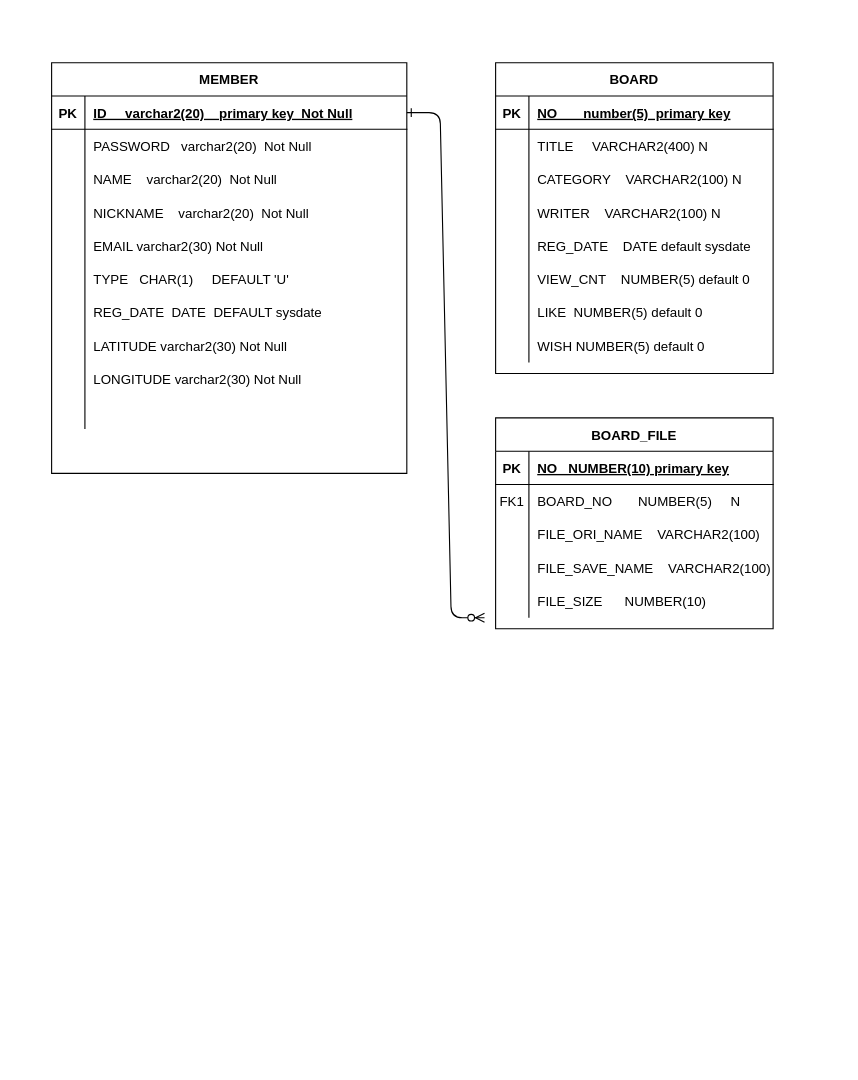
Above: Untitled Diagram.drawio in jypark4205/Guham (draw.io), before the change. Source tidied: cells renumbered, new cells numbered last; positions are measured from the earlier drawing's top-left corner, leaving out a move shared by most shapes. Both pictures are drawn from the tidied source at 111%, with x=0, y=0 at pixel (51, 62).
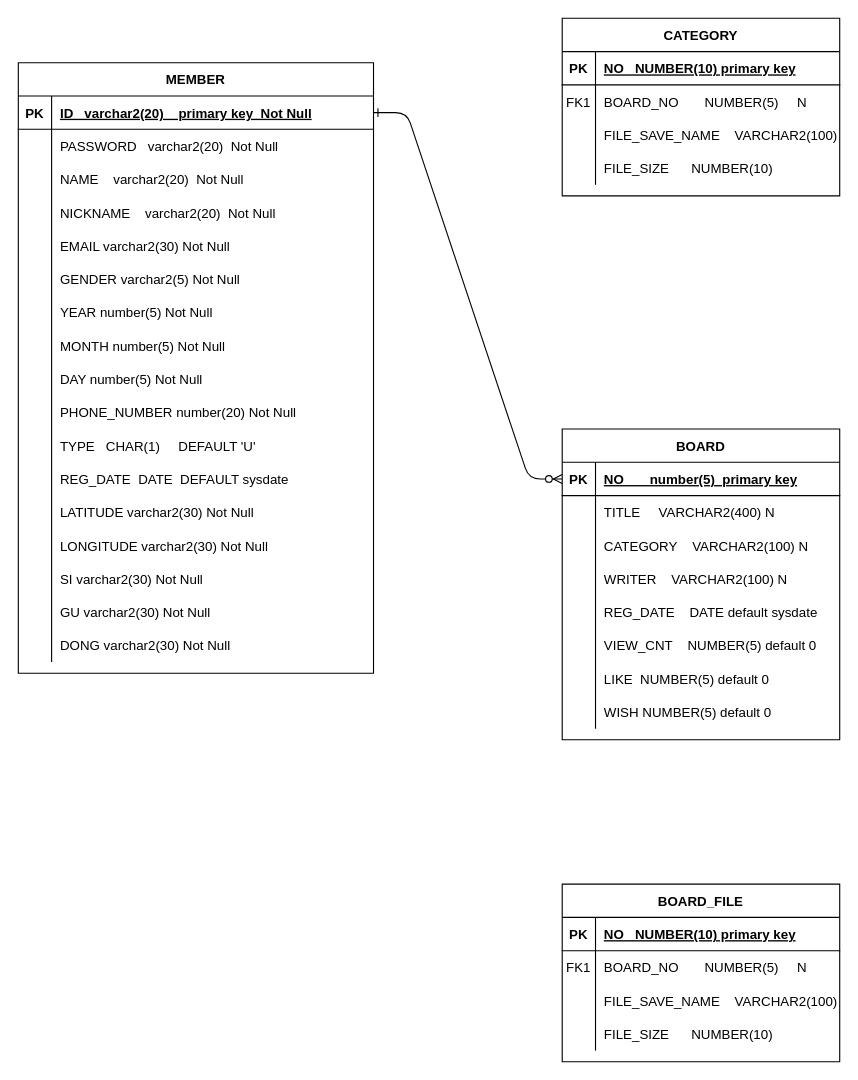
Above is the later version.

The change refers to these unchanged cells:
```xml
<mxCell id="4" style="shape=partialRectangle;fillColor=none;points=[[0,0.5],[1,0.5]];portConstraint=eastwest;top=0;left=0;right=0;bottom=1;" parent="3" vertex="1">
  <mxGeometry y="30" width="250" height="30" as="geometry" />
</mxCell>
<mxCell id="29" style="shape=partialRectangle;fillColor=none;points=[[0,0.5],[1,0.5]];portConstraint=eastwest;top=0;left=0;right=0;bottom=1;" parent="28" vertex="1">
  <mxGeometry y="30" width="320" height="30" as="geometry" />
</mxCell>
```

What changed in the source:
```diff
@@
-    <mxCell id="2" style="edgeStyle=entityRelationEdgeStyle;endArrow=ERzeroToMany;startArrow=ERone;endFill=1;startFill=0;" parent="1" edge="1" source="29">
-      <mxGeometry relative="1" as="geometry">
-        <mxPoint x="390" y="500" as="targetPoint" />
-      </mxGeometry>
+    <mxCell id="2" style="edgeStyle=entityRelationEdgeStyle;endArrow=ERzeroToMany;startArrow=ERone;endFill=1;startFill=0;entryX=0;entryY=0.5;entryDx=0;entryDy=0;" parent="1" edge="1" source="29" target="4">
+      <mxGeometry relative="1" as="geometry" />
     </mxCell>
     <mxCell id="3" value="BOARD" style="shape=table;startSize=30;childLayout=tableLayout;rowLines=0;fontStyle=1;align=center;" parent="1" vertex="1">
-      <mxGeometry x="400" width="250" height="280" as="geometry" />
+      <mxGeometry x="460" y="330" width="250" height="280" as="geometry" />
     </mxCell>
@@
     <mxCell id="28" value="MEMBER" style="shape=table;startSize=30;childLayout=tableLayout;rowLines=0;fontStyle=1;align=center;" parent="1" vertex="1">
-      <mxGeometry width="320" height="370" as="geometry" />
+      <mxGeometry x="-30" width="320" height="550" as="geometry" />
     </mxCell>
@@
-    <mxCell id="31" value="ID     varchar2(20)    primary key  Not Null" style="shape=partialRectangle;overflow=hidden;fillColor=none;top=0;left=0;bottom=0;right=0;align=left;spacingLeft=6;fontStyle=5;" parent="29" vertex="1">
+    <mxCell id="31" value="ID   varchar2(20)    primary key  Not Null" style="shape=partialRectangle;overflow=hidden;fillColor=none;top=0;left=0;bottom=0;right=0;align=left;spacingLeft=6;fontStyle=5;" parent="29" vertex="1">
       <mxGeometry x="30" width="290" height="30" as="geometry" />
     </mxCell>
@@
+    <mxCell id="75" style="shape=partialRectangle;fillColor=none;top=0;left=0;right=0;bottom=0;" parent="28" vertex="1">
+      <mxGeometry y="180" width="320" height="30" as="geometry" />
+    </mxCell>
+    <mxCell id="76" style="shape=partialRectangle;overflow=hidden;fillColor=none;top=0;left=0;bottom=0;right=0;" parent="75" vertex="1">
+      <mxGeometry width="30" height="30" as="geometry" />
+    </mxCell>
+    <mxCell id="77" value="GENDER varchar2(5) Not Null" style="shape=partialRectangle;overflow=hidden;fillColor=none;top=0;left=0;bottom=0;right=0;align=left;spacingLeft=6;" parent="75" vertex="1">
+      <mxGeometry x="30" width="290" height="30" as="geometry" />
+    </mxCell>
+    <mxCell id="78" style="shape=partialRectangle;fillColor=none;top=0;left=0;right=0;bottom=0;" parent="28" vertex="1">
+      <mxGeometry y="210" width="320" height="30" as="geometry" />
+    </mxCell>
+    <mxCell id="79" style="shape=partialRectangle;overflow=hidden;fillColor=none;top=0;left=0;bottom=0;right=0;" parent="78" vertex="1">
+      <mxGeometry width="30" height="30" as="geometry" />
+    </mxCell>
+    <mxCell id="80" value="YEAR number(5) Not Null" style="shape=partialRectangle;overflow=hidden;fillColor=none;top=0;left=0;bottom=0;right=0;align=left;spacingLeft=6;" parent="78" vertex="1">
+      <mxGeometry x="30" width="290" height="30" as="geometry" />
+    </mxCell>
+    <mxCell id="81" style="shape=partialRectangle;fillColor=none;top=0;left=0;right=0;bottom=0;" parent="28" vertex="1">
+      <mxGeometry y="240" width="320" height="30" as="geometry" />
+    </mxCell>
+    <mxCell id="82" style="shape=partialRectangle;overflow=hidden;fillColor=none;top=0;left=0;bottom=0;right=0;" parent="81" vertex="1">
+      <mxGeometry width="30" height="30" as="geometry" />
+    </mxCell>
+    <mxCell id="83" value="MONTH number(5) Not Null" style="shape=partialRectangle;overflow=hidden;fillColor=none;top=0;left=0;bottom=0;right=0;align=left;spacingLeft=6;" parent="81" vertex="1">
+      <mxGeometry x="30" width="290" height="30" as="geometry" />
+    </mxCell>
+    <mxCell id="84" style="shape=partialRectangle;fillColor=none;top=0;left=0;right=0;bottom=0;" parent="28" vertex="1">
+      <mxGeometry y="270" width="320" height="30" as="geometry" />
+    </mxCell>
+    <mxCell id="85" style="shape=partialRectangle;overflow=hidden;fillColor=none;top=0;left=0;bottom=0;right=0;" parent="84" vertex="1">
+      <mxGeometry width="30" height="30" as="geometry" />
+    </mxCell>
+    <mxCell id="86" value="DAY number(5) Not Null" style="shape=partialRectangle;overflow=hidden;fillColor=none;top=0;left=0;bottom=0;right=0;align=left;spacingLeft=6;" parent="84" vertex="1">
+      <mxGeometry x="30" width="290" height="30" as="geometry" />
+    </mxCell>
+    <mxCell id="56" style="shape=partialRectangle;fillColor=none;top=0;left=0;right=0;bottom=0;" parent="28" vertex="1">
+      <mxGeometry y="300" width="320" height="30" as="geometry" />
+    </mxCell>
+    <mxCell id="87" style="shape=partialRectangle;overflow=hidden;fillColor=none;top=0;left=0;bottom=0;right=0;" parent="56" vertex="1">
+      <mxGeometry width="30" height="30" as="geometry" />
+    </mxCell>
+    <mxCell id="88" value="PHONE_NUMBER number(20) Not Null" style="shape=partialRectangle;overflow=hidden;fillColor=none;top=0;left=0;bottom=0;right=0;align=left;spacingLeft=6;" parent="56" vertex="1">
+      <mxGeometry x="30" width="290" height="30" as="geometry" />
+    </mxCell>
     <mxCell id="44" style="shape=partialRectangle;fillColor=none;top=0;left=0;right=0;bottom=0;" parent="28" vertex="1">
-      <mxGeometry y="180" width="320" height="30" as="geometry" />
+      <mxGeometry y="330" width="320" height="30" as="geometry" />
     </mxCell>
@@
     <mxCell id="47" style="shape=partialRectangle;fillColor=none;top=0;left=0;right=0;bottom=0;" parent="28" vertex="1">
-      <mxGeometry y="210" width="320" height="30" as="geometry" />
+      <mxGeometry y="360" width="320" height="30" as="geometry" />
     </mxCell>
@@
     <mxCell id="50" style="shape=partialRectangle;fillColor=none;top=0;left=0;right=0;bottom=0;" parent="28" vertex="1">
-      <mxGeometry y="240" width="320" height="30" as="geometry" />
+      <mxGeometry y="390" width="320" height="30" as="geometry" />
     </mxCell>
@@
     <mxCell id="53" style="shape=partialRectangle;fillColor=none;top=0;left=0;right=0;bottom=0;" parent="28" vertex="1">
-      <mxGeometry y="270" width="320" height="30" as="geometry" />
+      <mxGeometry y="420" width="320" height="30" as="geometry" />
     </mxCell>
@@
-    <mxCell id="56" style="shape=partialRectangle;fillColor=none;top=0;left=0;right=0;bottom=0;" parent="28" vertex="1">
-      <mxGeometry y="300" width="320" height="30" as="geometry" />
-    </mxCell>
-    <mxCell id="57" style="shape=partialRectangle;overflow=hidden;fillColor=none;top=0;left=0;bottom=0;right=0;" parent="56" vertex="1">
-      <mxGeometry width="30" height="30" as="geometry" />
-    </mxCell>
-    <mxCell id="58" style="shape=partialRectangle;overflow=hidden;fillColor=none;top=0;left=0;bottom=0;right=0;align=left;spacingLeft=6;" parent="56" vertex="1">
-      <mxGeometry x="30" width="290" height="30" as="geometry" />
-    </mxCell>
+    <mxCell id="89" style="shape=partialRectangle;fillColor=none;top=0;left=0;right=0;bottom=0;" parent="28" vertex="1">
+      <mxGeometry y="450" width="320" height="30" as="geometry" />
+    </mxCell>
+    <mxCell id="90" style="shape=partialRectangle;overflow=hidden;fillColor=none;top=0;left=0;bottom=0;right=0;" parent="89" vertex="1">
+      <mxGeometry width="30" height="30" as="geometry" />
+    </mxCell>
+    <mxCell id="91" value="SI varchar2(30) Not Null" style="shape=partialRectangle;overflow=hidden;fillColor=none;top=0;left=0;bottom=0;right=0;align=left;spacingLeft=6;" parent="89" vertex="1">
+      <mxGeometry x="30" width="290" height="30" as="geometry" />
+    </mxCell>
+    <mxCell id="92" style="shape=partialRectangle;fillColor=none;top=0;left=0;right=0;bottom=0;" parent="28" vertex="1">
+      <mxGeometry y="480" width="320" height="30" as="geometry" />
+    </mxCell>
+    <mxCell id="93" style="shape=partialRectangle;overflow=hidden;fillColor=none;top=0;left=0;bottom=0;right=0;" parent="92" vertex="1">
+      <mxGeometry width="30" height="30" as="geometry" />
+    </mxCell>
+    <mxCell id="94" value="GU varchar2(30) Not Null" style="shape=partialRectangle;overflow=hidden;fillColor=none;top=0;left=0;bottom=0;right=0;align=left;spacingLeft=6;" parent="92" vertex="1">
+      <mxGeometry x="30" width="290" height="30" as="geometry" />
+    </mxCell>
+    <mxCell id="95" style="shape=partialRectangle;fillColor=none;top=0;left=0;right=0;bottom=0;" parent="28" vertex="1">
+      <mxGeometry y="510" width="320" height="30" as="geometry" />
+    </mxCell>
+    <mxCell id="96" style="shape=partialRectangle;overflow=hidden;fillColor=none;top=0;left=0;bottom=0;right=0;" parent="95" vertex="1">
+      <mxGeometry width="30" height="30" as="geometry" />
+    </mxCell>
+    <mxCell id="97" value="DONG varchar2(30) Not Null" style="shape=partialRectangle;overflow=hidden;fillColor=none;top=0;left=0;bottom=0;right=0;align=left;spacingLeft=6;" parent="95" vertex="1">
+      <mxGeometry x="30" width="290" height="30" as="geometry" />
+    </mxCell>
     <mxCell id="59" value="BOARD_FILE" style="shape=table;startSize=30;childLayout=tableLayout;rowLines=0;fontStyle=1;align=center;" parent="1" vertex="1">
-      <mxGeometry x="400" y="320" width="250" height="190" as="geometry" />
+      <mxGeometry x="460" y="740" width="250" height="160" as="geometry" />
     </mxCell>
@@
-    <mxCell id="66" style="shape=partialRectangle;fillColor=none;top=0;left=0;right=0;bottom=0;" parent="59" vertex="1">
-      <mxGeometry y="90" width="250" height="30" as="geometry" />
-    </mxCell>
-    <mxCell id="67" style="shape=partialRectangle;overflow=hidden;fillColor=none;top=0;left=0;bottom=0;right=0;" parent="66" vertex="1">
-      <mxGeometry width="30" height="30" as="geometry" />
-    </mxCell>
-    <mxCell id="68" value="FILE_ORI_NAME    VARCHAR2(100)" style="shape=partialRectangle;overflow=hidden;fillColor=none;top=0;left=0;bottom=0;right=0;align=left;spacingLeft=6;" parent="66" vertex="1">
-      <mxGeometry x="30" width="220" height="30" as="geometry" />
-    </mxCell>
     <mxCell id="69" style="shape=partialRectangle;fillColor=none;top=0;left=0;right=0;bottom=0;" parent="59" vertex="1">
-      <mxGeometry y="120" width="250" height="30" as="geometry" />
+      <mxGeometry y="90" width="250" height="30" as="geometry" />
     </mxCell>
@@
     <mxCell id="72" style="shape=partialRectangle;fillColor=none;top=0;left=0;right=0;bottom=0;" parent="59" vertex="1">
-      <mxGeometry y="150" width="250" height="30" as="geometry" />
+      <mxGeometry y="120" width="250" height="30" as="geometry" />
     </mxCell>
@@
+    <mxCell id="98" value="CATEGORY" style="shape=table;startSize=30;childLayout=tableLayout;rowLines=0;fontStyle=1;align=center;" parent="1" vertex="1">
+      <mxGeometry x="460" y="-40" width="250" height="160" as="geometry" />
+    </mxCell>
+    <mxCell id="99" style="shape=partialRectangle;fillColor=none;top=0;left=0;right=0;bottom=1;" parent="98" vertex="1">
+      <mxGeometry y="30" width="250" height="30" as="geometry" />
+    </mxCell>
+    <mxCell id="100" value="PK" style="shape=partialRectangle;overflow=hidden;fillColor=none;top=0;left=0;bottom=0;right=0;fontStyle=1;" parent="99" vertex="1">
+      <mxGeometry width="30" height="30" as="geometry" />
+    </mxCell>
+    <mxCell id="101" value="NO   NUMBER(10) primary key " style="shape=partialRectangle;overflow=hidden;fillColor=none;top=0;left=0;bottom=0;right=0;align=left;spacingLeft=6;fontStyle=5;" parent="99" vertex="1">
+      <mxGeometry x="30" width="220" height="30" as="geometry" />
+    </mxCell>
+    <mxCell id="102" style="shape=partialRectangle;fillColor=none;top=0;left=0;right=0;bottom=0;" parent="98" vertex="1">
+      <mxGeometry y="60" width="250" height="30" as="geometry" />
+    </mxCell>
+    <mxCell id="103" value="FK1" style="shape=partialRectangle;overflow=hidden;fillColor=none;top=0;left=0;bottom=0;right=0;" parent="102" vertex="1">
+      <mxGeometry width="30" height="30" as="geometry" />
+    </mxCell>
+    <mxCell id="104" value="BOARD_NO       NUMBER(5)     N" style="shape=partialRectangle;overflow=hidden;fillColor=none;top=0;left=0;bottom=0;right=0;align=left;spacingLeft=6;" parent="102" vertex="1">
+      <mxGeometry x="30" width="220" height="30" as="geometry" />
+    </mxCell>
+    <mxCell id="66" style="shape=partialRectangle;fillColor=none;top=0;left=0;right=0;bottom=0;" parent="98" vertex="1">
+      <mxGeometry y="90" width="250" height="30" as="geometry" />
+    </mxCell>
+    <mxCell id="105" style="shape=partialRectangle;overflow=hidden;fillColor=none;top=0;left=0;bottom=0;right=0;" parent="66" vertex="1">
+      <mxGeometry width="30" height="30" as="geometry" />
+    </mxCell>
+    <mxCell id="106" value="FILE_SAVE_NAME    VARCHAR2(100)" style="shape=partialRectangle;overflow=hidden;fillColor=none;top=0;left=0;bottom=0;right=0;align=left;spacingLeft=6;" parent="66" vertex="1">
+      <mxGeometry x="30" width="220" height="30" as="geometry" />
+    </mxCell>
+    <mxCell id="107" style="shape=partialRectangle;fillColor=none;top=0;left=0;right=0;bottom=0;" parent="98" vertex="1">
+      <mxGeometry y="120" width="250" height="30" as="geometry" />
+    </mxCell>
+    <mxCell id="108" style="shape=partialRectangle;overflow=hidden;fillColor=none;top=0;left=0;bottom=0;right=0;" parent="107" vertex="1">
+      <mxGeometry width="30" height="30" as="geometry" />
+    </mxCell>
+    <mxCell id="109" value="FILE_SIZE      NUMBER(10)" style="shape=partialRectangle;overflow=hidden;fillColor=none;top=0;left=0;bottom=0;right=0;align=left;spacingLeft=6;" parent="107" vertex="1">
+      <mxGeometry x="30" width="220" height="30" as="geometry" />
+    </mxCell>
```
